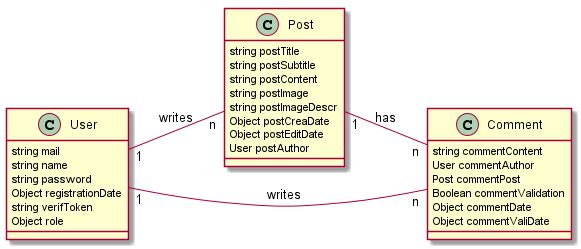
Earlier version of the PlantUML export diagrammes/class.png (Cthuroma/blog-oc).
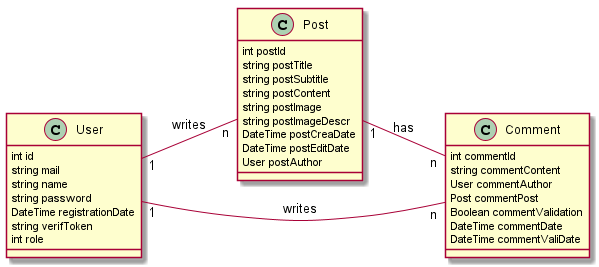
Above is the later version.

Diff of the diagram source:
```diff
@@ -2,32 +2,35 @@
 left to right direction
 
 class User {
+		int id
     string mail
     string name
     string password
-    Object registrationDate
+    DateTime registrationDate
     string verifToken
-    Object role
+    int role
 }
 
 class Post {
+		int postId
     string postTitle
     string postSubtitle
     string postContent
     string postImage
     string postImageDescr
-    Object postCreaDate
-    Object postEditDate
+    DateTime postCreaDate
+    DateTime postEditDate
     User postAuthor
 }
 
 class Comment {
+		int commentId
     string commentContent
     User commentAuthor
     Post commentPost
     Boolean commentValidation
-    Object commentDate
-    Object commentValiDate
+    DateTime commentDate
+    DateTime commentValiDate
 }
 
 User "1"--"n" Post :writes
```
